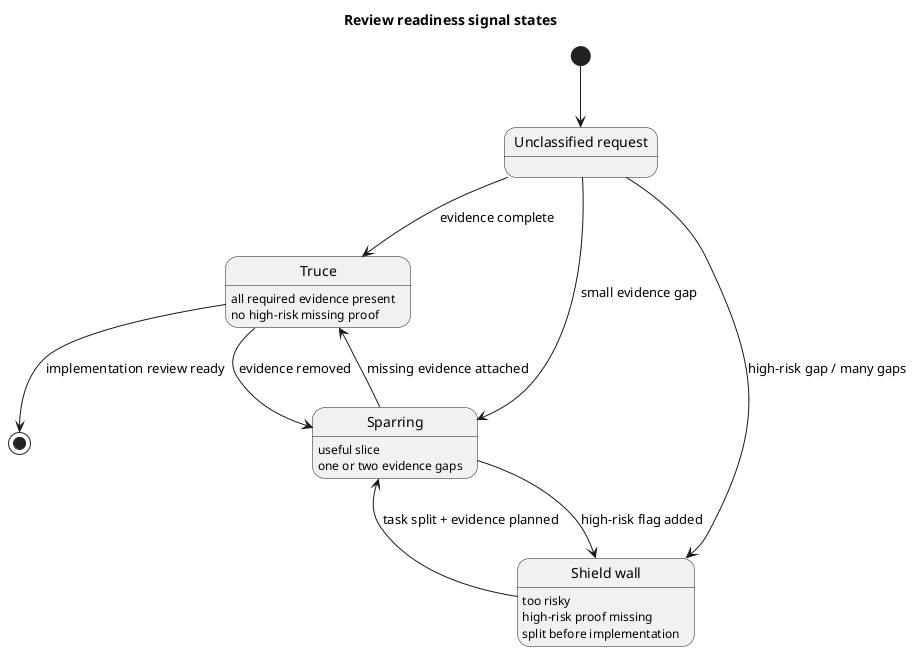
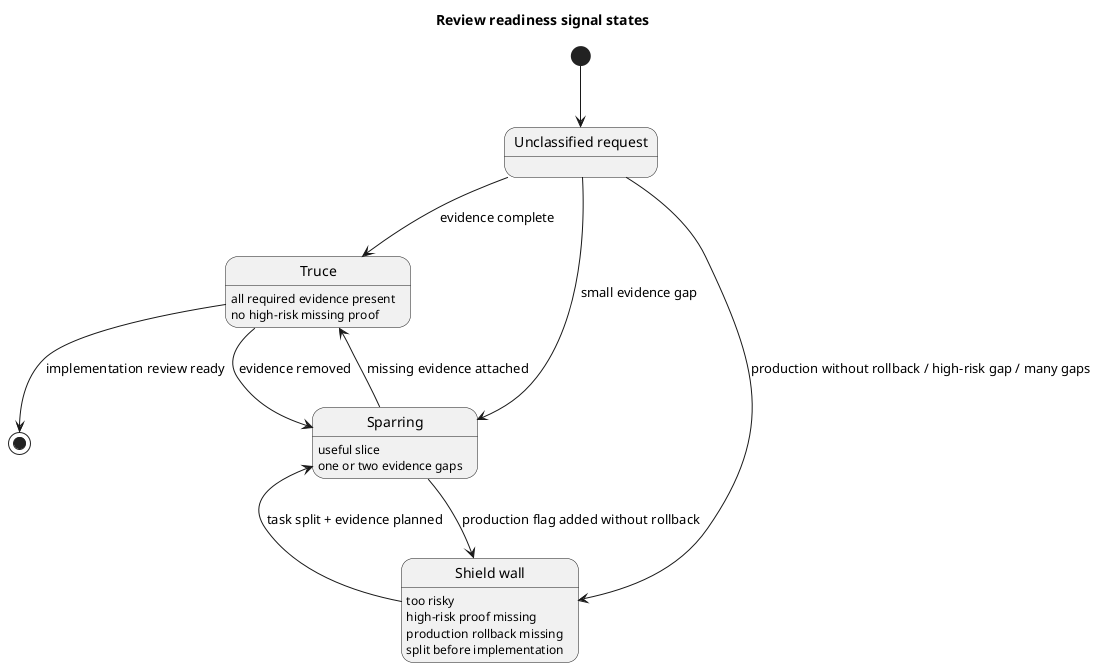
@startuml
title Review readiness signal states

state "Unclassified request" as unclassified
state "Truce" as truce
state "Sparring" as sparring
state "Shield wall" as shield_wall

truce : all required evidence present
truce : no high-risk missing proof

sparring : useful slice
sparring : one or two evidence gaps

shield_wall : too risky
shield_wall : high-risk proof missing
+ shield_wall : production rollback missing
shield_wall : split before implementation

[*] --> unclassified
unclassified --> truce : evidence complete
unclassified --> sparring : small evidence gap
- unclassified --> shield_wall : high-risk gap / many gaps
+ unclassified --> shield_wall : production without rollback / high-risk gap / many gaps

truce --> sparring : evidence removed
- sparring --> shield_wall : high-risk flag added
+ sparring --> shield_wall : production flag added without rollback
shield_wall --> sparring : task split + evidence planned
sparring --> truce : missing evidence attached
truce --> [*] : implementation review ready

@enduml
